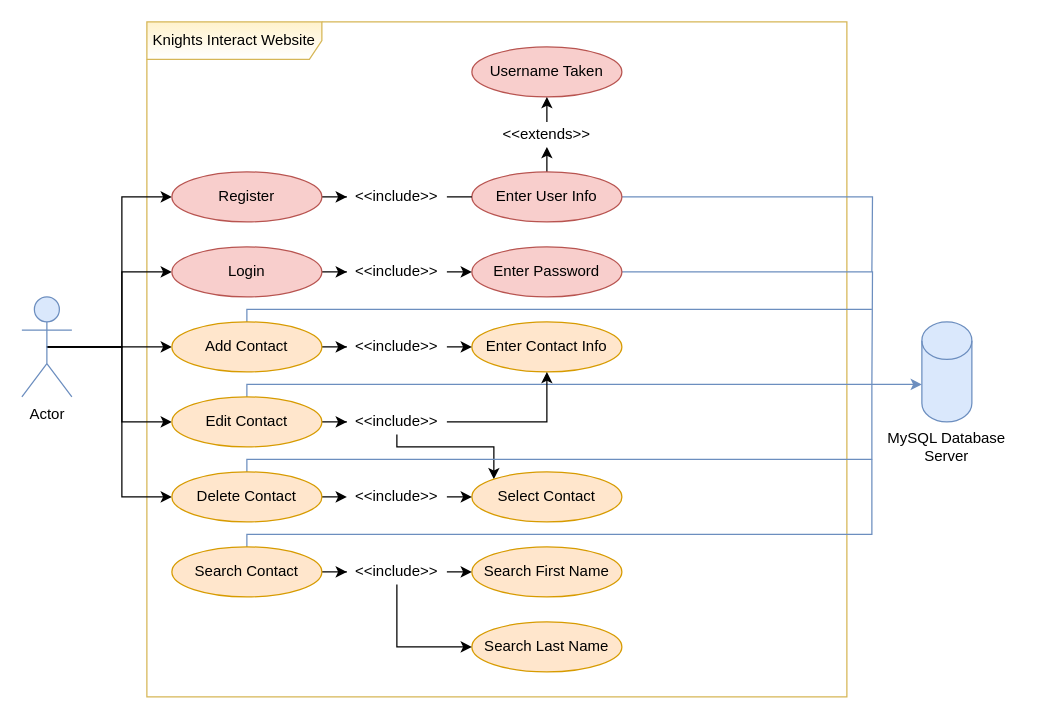
Earlier version of the draw.io diagram KnightsInteractUseCase.drawio (MWaldrep2000/COP4331-26-Fall2020). Source tidied: cells renumbered, new cells numbered last; positions are measured from the earlier drawing's top-left corner, leaving out a move shared by most shapes. Both pictures are drawn from the tidied source at 125%, with x=0, y=0 at pixel (21, 21).
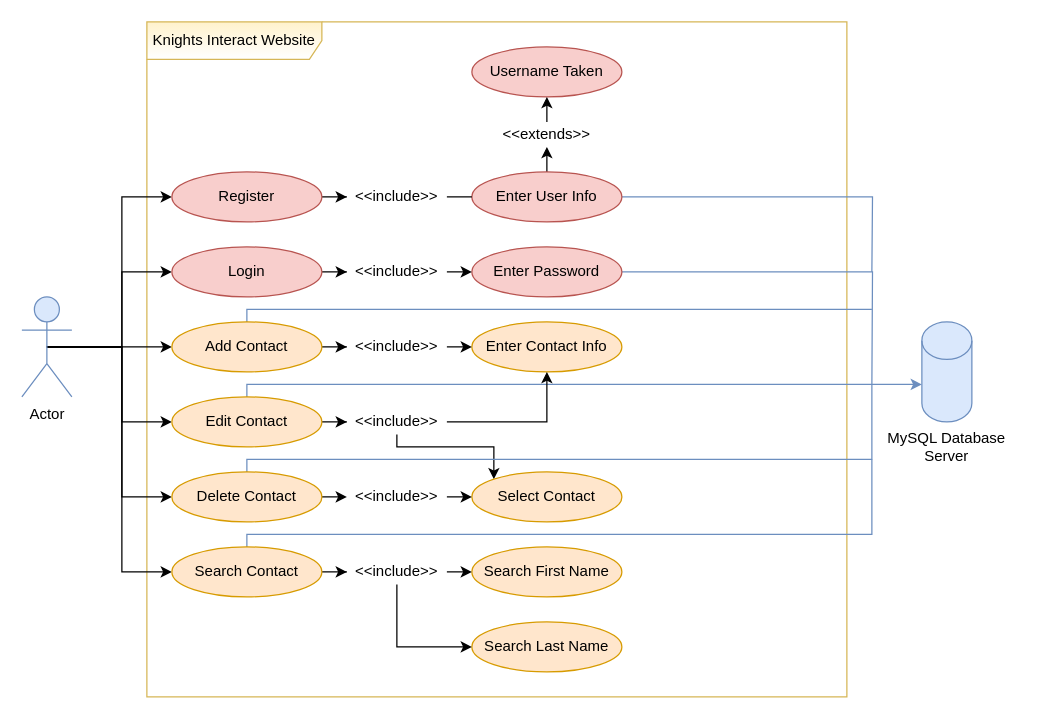
Above is the later version.

Unchanged cells that the change refers to:
```xml
<mxCell id="8" value="Actor" style="shape=umlActor;verticalLabelPosition=bottom;verticalAlign=top;html=1;outlineConnect=0;fillColor=#dae8fc;strokeColor=#6c8ebf;" parent="1" vertex="1">
  <mxGeometry y="220" width="40" height="80" as="geometry" />
</mxCell>
<mxCell id="49" value="Search Contact" style="ellipse;whiteSpace=wrap;html=1;shadow=0;fillColor=#ffe6cc;strokeColor=#d79b00;" parent="1" vertex="1">
  <mxGeometry x="120" y="420" width="120" height="40" as="geometry" />
</mxCell>
```

Diff of the diagram source:
```diff
@@
+    <mxCell id="55" style="edgeStyle=orthogonalEdgeStyle;rounded=0;jettySize=auto;html=1;exitX=0.5;exitY=0.5;exitDx=0;exitDy=0;exitPerimeter=0;entryX=0;entryY=0.5;entryDx=0;entryDy=0;endArrow=classic;endFill=1;strokeColor=#000000;" parent="1" edge="1" source="8" target="49">
+      <mxGeometry relative="1" as="geometry" />
+    </mxCell>
```
